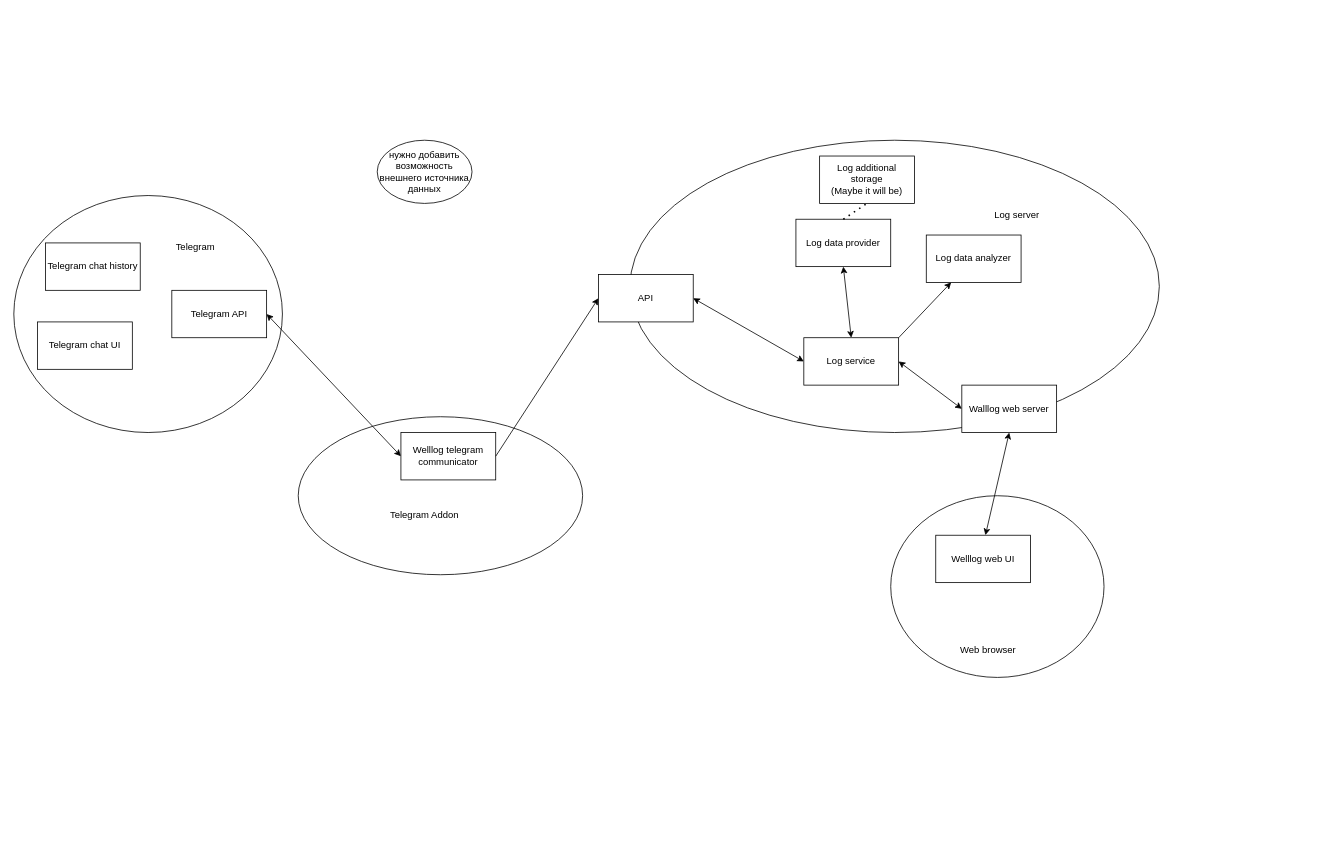
The draw.io diagram page "App components" (1 of 2) of Specification/Architecture.drawio in WayArts/log-ios-client, before the edit. Source tidied: cells renumbered, new cells numbered last; positions are measured from the earlier drawing's top-left corner, leaving out a move shared by most shapes. Both pictures are drawn from the tidied source at 79%, with x=0, y=0 at pixel (13, 140).
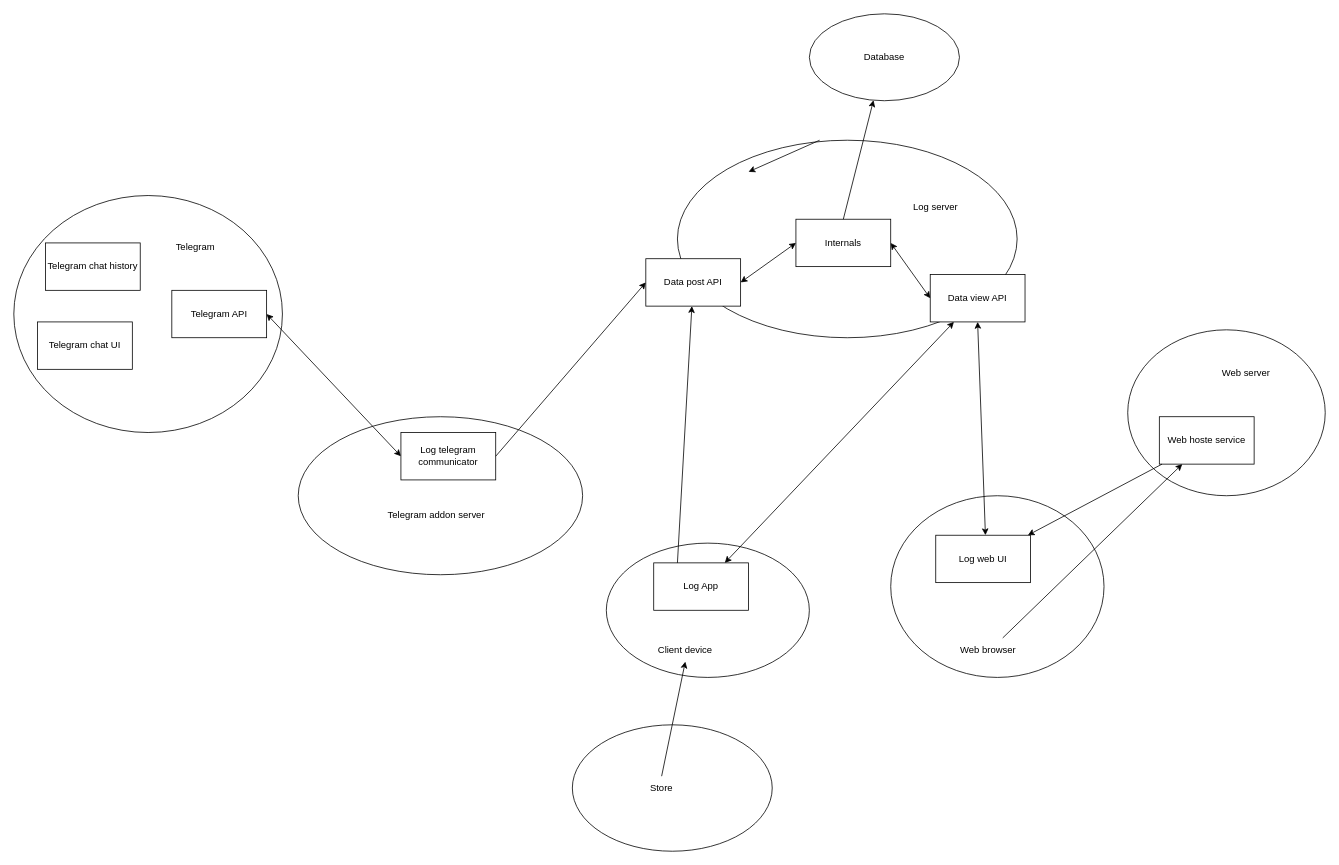
The same diagram, later.

The change refers to these unchanged cells:
```xml
<mxCell id="18" value="Web browser" style="text;html=1;strokeColor=none;fillColor=none;align=center;verticalAlign=middle;whiteSpace=wrap;rounded=0;" parent="1" vertex="1">
  <mxGeometry x="1197" y="630" width="73" height="30" as="geometry" />
</mxCell>
```

The edit, as a diff of the source:
```diff
@@
     <mxCell id="3" style="ellipse;whiteSpace=wrap;html=1;" parent="1" vertex="1">
-      <mxGeometry x="780" width="670" height="370" as="geometry" />
+      <mxGeometry x="840" width="430" height="250" as="geometry" />
     </mxCell>
@@
-    <mxCell id="9" value="Walllog web server" style="rounded=0;whiteSpace=wrap;html=1;" parent="1" vertex="1">
-      <mxGeometry x="1200" y="310" width="120" height="60" as="geometry" />
+    <mxCell id="9" value="Data view API" style="rounded=0;whiteSpace=wrap;html=1;" parent="1" vertex="1">
+      <mxGeometry x="1160" y="170" width="120" height="60" as="geometry" />
     </mxCell>
-    <mxCell id="10" value="Welllog web UI" style="rounded=0;whiteSpace=wrap;html=1;" parent="1" vertex="1">
+    <mxCell id="10" value="Log web UI" style="rounded=0;whiteSpace=wrap;html=1;" parent="1" vertex="1">
       <mxGeometry x="1167" y="500" width="120" height="60" as="geometry" />
     </mxCell>
-    <mxCell id="11" value="Log data provider" style="rounded=0;whiteSpace=wrap;html=1;" parent="1" vertex="1">
-      <mxGeometry x="990" y="100" width="120" height="60" as="geometry" />
-    </mxCell>
-    <mxCell id="12" value="Log data analyzer" style="rounded=0;whiteSpace=wrap;html=1;" parent="1" vertex="1">
-      <mxGeometry x="1155" y="120" width="120" height="60" as="geometry" />
-    </mxCell>
-    <mxCell id="13" value="Welllog telegram communicator" style="rounded=0;whiteSpace=wrap;html=1;" parent="1" vertex="1">
+    <mxCell id="13" value="Log telegram communicator" style="rounded=0;whiteSpace=wrap;html=1;" parent="1" vertex="1">
       <mxGeometry x="490" y="370" width="120" height="60" as="geometry" />
     </mxCell>
@@
-    <mxCell id="15" style="endArrow=none;dashed=1;html=1;dashPattern=1 3;strokeWidth=2;rounded=0;exitX=0.5;exitY=0;exitDx=0;exitDy=0;entryX=0.5;entryY=1;entryDx=0;entryDy=0;" parent="1" edge="1" source="11" target="16">
-      <mxGeometry relative="1" as="geometry" />
-    </mxCell>
-    <mxCell id="16" value="Log additional storage&lt;br&gt;(Maybe it will be)" style="rounded=0;whiteSpace=wrap;html=1;" parent="1" vertex="1">
-      <mxGeometry x="1020" y="20" width="120" height="60" as="geometry" />
-    </mxCell>
@@
-    <mxCell id="20" style="endArrow=classic;startArrow=classic;html=1;rounded=0;exitX=0.5;exitY=1;exitDx=0;exitDy=0;entryX=0.5;entryY=0;entryDx=0;entryDy=0;" parent="1" edge="1" source="11" target="24">
-      <mxGeometry relative="1" as="geometry" />
-    </mxCell>
-    <mxCell id="21" style="endArrow=classic;html=1;rounded=0;exitX=1;exitY=0;exitDx=0;exitDy=0;" parent="1" edge="1" source="24" target="12">
-      <mxGeometry relative="1" as="geometry" />
-    </mxCell>
     <mxCell id="22" value="Log server" style="text;html=1;strokeColor=none;fillColor=none;align=center;verticalAlign=middle;whiteSpace=wrap;rounded=0;" parent="1" vertex="1">
-      <mxGeometry x="1240" y="80" width="60" height="30" as="geometry" />
+      <mxGeometry x="1137" y="70" width="60" height="30" as="geometry" />
     </mxCell>
@@
-    <mxCell id="24" value="Log service" style="rounded=0;whiteSpace=wrap;html=1;" parent="1" vertex="1">
-      <mxGeometry x="1000" y="250" width="120" height="60" as="geometry" />
+    <mxCell id="24" value="Internals" style="rounded=0;whiteSpace=wrap;html=1;" parent="1" vertex="1">
+      <mxGeometry x="990" y="100" width="120" height="60" as="geometry" />
     </mxCell>
@@
-    <mxCell id="26" value="API" style="rounded=0;whiteSpace=wrap;html=1;" parent="1" vertex="1">
-      <mxGeometry x="740" y="170" width="120" height="60" as="geometry" />
+    <mxCell id="26" value="Data post API" style="rounded=0;whiteSpace=wrap;html=1;" parent="1" vertex="1">
+      <mxGeometry x="800" y="150" width="120" height="60" as="geometry" />
     </mxCell>
-    <mxCell id="27" value="Telegram Addon" style="text;html=1;strokeColor=none;fillColor=none;align=center;verticalAlign=middle;whiteSpace=wrap;rounded=0;" parent="1" vertex="1">
-      <mxGeometry x="470" y="460" width="100" height="30" as="geometry" />
+    <mxCell id="27" value="Telegram addon server" style="text;html=1;strokeColor=none;fillColor=none;align=center;verticalAlign=middle;whiteSpace=wrap;rounded=0;" parent="1" vertex="1">
+      <mxGeometry x="470" y="460" width="130" height="30" as="geometry" />
     </mxCell>
@@
-    <mxCell id="29" value="нужно добавить возможность внешнего источника данных" style="ellipse;whiteSpace=wrap;html=1;" parent="1" vertex="1">
-      <mxGeometry x="460" width="120" height="80" as="geometry" />
-    </mxCell>
+    <mxCell id="30" style="ellipse;whiteSpace=wrap;html=1;" parent="1" vertex="1">
+      <mxGeometry x="1410" y="240" width="250" height="210" as="geometry" />
+    </mxCell>
+    <mxCell id="31" value="Web hoste service" style="rounded=0;whiteSpace=wrap;html=1;" parent="1" vertex="1">
+      <mxGeometry x="1450" y="350" width="120" height="60" as="geometry" />
+    </mxCell>
+    <mxCell id="32" value="Web server" style="text;html=1;strokeColor=none;fillColor=none;align=center;verticalAlign=middle;whiteSpace=wrap;rounded=0;" parent="1" vertex="1">
+      <mxGeometry x="1520" y="280" width="80" height="30" as="geometry" />
+    </mxCell>
+    <mxCell id="33" style="endArrow=classic;html=1;rounded=0;exitX=0.75;exitY=0;exitDx=0;exitDy=0;" parent="1" edge="1" source="18" target="31">
+      <mxGeometry relative="1" as="geometry" />
+    </mxCell>
+    <mxCell id="34" style="endArrow=classic;html=1;rounded=0;" parent="1" edge="1" source="31" target="10">
+      <mxGeometry relative="1" as="geometry" />
+    </mxCell>
+    <mxCell id="35" style="endArrow=classic;html=1;rounded=0;exitX=0;exitY=0.5;exitDx=0;exitDy=0;entryX=1;entryY=0.5;entryDx=0;entryDy=0;" parent="1" edge="1">
+      <mxGeometry relative="1" as="geometry">
+        <mxPoint x="1020" as="sourcePoint" />
+        <mxPoint x="930" y="40" as="targetPoint" />
+      </mxGeometry>
+    </mxCell>
+    <mxCell id="36" value="Database" style="ellipse;whiteSpace=wrap;html=1;" parent="1" vertex="1">
+      <mxGeometry x="1007" y="-160" width="190" height="110" as="geometry" />
+    </mxCell>
+    <mxCell id="37" style="endArrow=classic;html=1;rounded=0;exitX=0.5;exitY=0;exitDx=0;exitDy=0;" parent="1" edge="1" source="24" target="36">
+      <mxGeometry relative="1" as="geometry" />
+    </mxCell>
+    <mxCell id="38" style="ellipse;whiteSpace=wrap;html=1;" parent="1" vertex="1">
+      <mxGeometry x="750" y="510" width="257" height="170" as="geometry" />
+    </mxCell>
+    <mxCell id="39" value="Client device" style="text;html=1;strokeColor=none;fillColor=none;align=center;verticalAlign=middle;whiteSpace=wrap;rounded=0;" parent="1" vertex="1">
+      <mxGeometry x="810" y="630" width="80" height="30" as="geometry" />
+    </mxCell>
+    <mxCell id="40" value="Log App" style="rounded=0;whiteSpace=wrap;html=1;" parent="1" vertex="1">
+      <mxGeometry x="810" y="535" width="120" height="60" as="geometry" />
+    </mxCell>
+    <mxCell id="41" style="ellipse;whiteSpace=wrap;html=1;" parent="1" vertex="1">
+      <mxGeometry x="707" y="740" width="253" height="160" as="geometry" />
+    </mxCell>
+    <mxCell id="42" value="Store" style="text;html=1;strokeColor=none;fillColor=none;align=center;verticalAlign=middle;whiteSpace=wrap;rounded=0;" parent="1" vertex="1">
+      <mxGeometry x="790" y="805" width="60" height="30" as="geometry" />
+    </mxCell>
+    <mxCell id="43" style="endArrow=classic;html=1;rounded=0;exitX=0.5;exitY=0;exitDx=0;exitDy=0;entryX=0.5;entryY=1;entryDx=0;entryDy=0;" parent="1" edge="1" source="42" target="39">
+      <mxGeometry relative="1" as="geometry" />
+    </mxCell>
+    <mxCell id="44" style="endArrow=classic;html=1;rounded=0;exitX=0.25;exitY=0;exitDx=0;exitDy=0;" parent="1" edge="1" source="40" target="26">
+      <mxGeometry relative="1" as="geometry" />
+    </mxCell>
+    <mxCell id="45" style="endArrow=classic;startArrow=classic;html=1;rounded=0;entryX=0.25;entryY=1;entryDx=0;entryDy=0;exitX=0.75;exitY=0;exitDx=0;exitDy=0;" parent="1" edge="1" source="40" target="9">
+      <mxGeometry relative="1" as="geometry" />
+    </mxCell>
```
